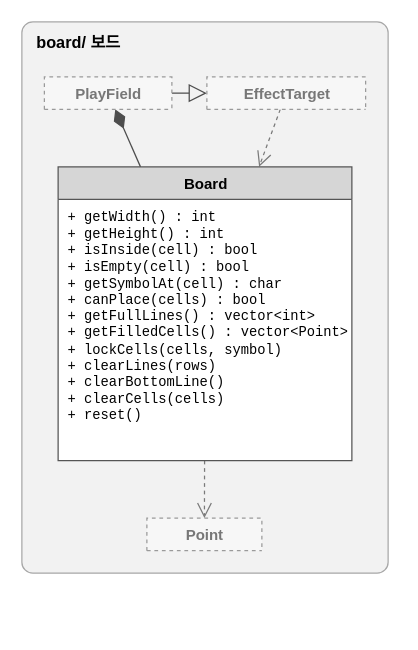
Above: page "board" (4 of 10) of docs/oop-tetris-class-diagram.drawio in taeg2/ku-oop2-tetris (draw.io), before the change. Source tidied: cells renumbered, new cells numbered last; positions are measured from the earlier drawing's top-left corner, leaving out a move shared by most shapes. Both pictures are drawn from the tidied source at 125%, with x=0, y=0 at pixel (21, 21).
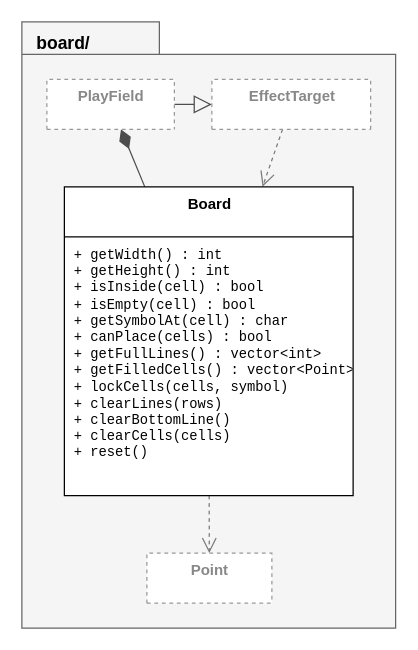
Above is the later version.

What changed in the source:
```diff
@@
 <mxGraphModel>
   <root>
     <mxCell id="0" />
     <mxCell id="1" parent="0" />
-    <mxCell id="2" value="board/  보드" style="rounded=1;arcSize=3;whiteSpace=wrap;html=1;fillColor=#f2f2f2;strokeColor=#a8a8a8;align=left;verticalAlign=top;spacingLeft=10;spacingTop=2;fontStyle=1;fontSize=13;" parent="1" vertex="1">
-      <mxGeometry width="293" height="441" as="geometry" />
+    <mxCell id="2" value="board/" style="shape=folder;fontStyle=1;tabWidth=110;tabHeight=26;tabPosition=left;html=1;verticalAlign=top;align=left;spacingLeft=10;spacingTop=2;fontSize=14;fillColor=#f5f5f5;strokeColor=#666666;" parent="1" vertex="1">
+      <mxGeometry width="299" height="485" as="geometry" />
     </mxCell>
     <mxCell id="3" style="edgeStyle=none;rounded=0;html=1;endArrow=block;endFill=0;endSize=12;strokeColor=#4d4d4d;" parent="1" edge="1" source="7" target="8">
       <mxGeometry relative="1" as="geometry" />
     </mxCell>
     <mxCell id="4" style="edgeStyle=none;rounded=0;html=1;startArrow=diamondThin;startFill=1;startSize=14;endArrow=none;strokeColor=#4d4d4d;" parent="1" edge="1" source="7" target="9">
       <mxGeometry relative="1" as="geometry" />
     </mxCell>
     <mxCell id="5" style="edgeStyle=none;rounded=0;html=1;endArrow=open;endFill=0;endSize=10;dashed=1;strokeColor=#7a7a7a;" parent="1" edge="1" source="9" target="11">
       <mxGeometry relative="1" as="geometry" />
     </mxCell>
     <mxCell id="6" style="edgeStyle=none;rounded=0;html=1;endArrow=open;endFill=0;endSize=10;dashed=1;strokeColor=#7a7a7a;" parent="1" edge="1" source="8" target="9">
       <mxGeometry relative="1" as="geometry" />
     </mxCell>
-    <mxCell id="7" value="PlayField" style="swimlane;fontStyle=1;align=center;verticalAlign=top;horizontal=1;startSize=26;html=1;fillColor=#f7f7f7;swimlaneFillColor=#ffffff;dashed=1;fontColor=#777777;strokeColor=#9a9a9a;" parent="1" vertex="1">
-      <mxGeometry x="18" y="44" width="102" height="26" as="geometry" />
+    <mxCell id="7" value="PlayField" style="swimlane;fontStyle=1;align=center;verticalAlign=top;horizontal=1;startSize=40;html=1;fillColor=#ffffff;swimlaneFillColor=#ffffff;dashed=1;fontColor=#888888;strokeColor=#999999;" parent="1" vertex="1">
+      <mxGeometry x="20" y="46" width="102" height="40" as="geometry" />
     </mxCell>
-    <mxCell id="8" value="EffectTarget" style="swimlane;fontStyle=1;align=center;verticalAlign=top;horizontal=1;startSize=26;html=1;fillColor=#f7f7f7;swimlaneFillColor=#ffffff;dashed=1;fontColor=#777777;strokeColor=#9a9a9a;" parent="1" vertex="1">
-      <mxGeometry x="148" y="44" width="127" height="26" as="geometry" />
+    <mxCell id="8" value="EffectTarget" style="swimlane;fontStyle=1;align=center;verticalAlign=top;horizontal=1;startSize=40;html=1;fillColor=#ffffff;swimlaneFillColor=#ffffff;dashed=1;fontColor=#888888;strokeColor=#999999;" parent="1" vertex="1">
+      <mxGeometry x="152" y="46" width="127" height="40" as="geometry" />
     </mxCell>
-    <mxCell id="9" value="Board" style="swimlane;fontStyle=1;align=center;verticalAlign=top;horizontal=1;startSize=26;html=1;fillColor=#d6d6d6;swimlaneFillColor=#ffffff;strokeColor=#555555;" parent="1" vertex="1">
-      <mxGeometry x="29" y="116" width="235" height="235" as="geometry" />
+    <mxCell id="9" value="Board" style="swimlane;fontStyle=1;align=center;verticalAlign=top;horizontal=1;startSize=40;html=1;fillColor=#ffffff;swimlaneFillColor=#ffffff;" parent="1" vertex="1">
+      <mxGeometry x="34" y="132" width="231" height="247" as="geometry" />
     </mxCell>
     <mxCell id="10" value="+ getWidth() : int&lt;br&gt;+ getHeight() : int&lt;br&gt;+ isInside(cell) : bool&lt;br&gt;+ isEmpty(cell) : bool&lt;br&gt;+ getSymbolAt(cell) : char&lt;br&gt;+ canPlace(cells) : bool&lt;br&gt;+ getFullLines() : vector&amp;lt;int&amp;gt;&lt;br&gt;+ getFilledCells() : vector&amp;lt;Point&amp;gt;&lt;br&gt;+ lockCells(cells, symbol)&lt;br&gt;+ clearLines(rows)&lt;br&gt;+ clearBottomLine()&lt;br&gt;+ clearCells(cells)&lt;br&gt;+ reset()" style="text;strokeColor=none;fillColor=none;align=left;verticalAlign=top;spacingLeft=6;spacingTop=2;overflow=hidden;html=1;fontFamily=Consolas;fontSize=11;" parent="9" vertex="1">
-      <mxGeometry y="26" width="235" height="209" as="geometry" />
+      <mxGeometry y="40" width="231" height="207" as="geometry" />
     </mxCell>
-    <mxCell id="11" value="Point" style="swimlane;fontStyle=1;align=center;verticalAlign=top;horizontal=1;startSize=26;html=1;fillColor=#f7f7f7;swimlaneFillColor=#ffffff;dashed=1;fontColor=#777777;strokeColor=#9a9a9a;" parent="1" vertex="1">
-      <mxGeometry x="100" y="397" width="92" height="26" as="geometry" />
+    <mxCell id="11" value="Point" style="swimlane;fontStyle=1;align=center;verticalAlign=top;horizontal=1;startSize=40;html=1;fillColor=#ffffff;swimlaneFillColor=#ffffff;dashed=1;fontColor=#888888;strokeColor=#999999;" parent="1" vertex="1">
+      <mxGeometry x="100" y="425" width="100" height="40" as="geometry" />
     </mxCell>
   </root>
 </mxGraphModel>
```
